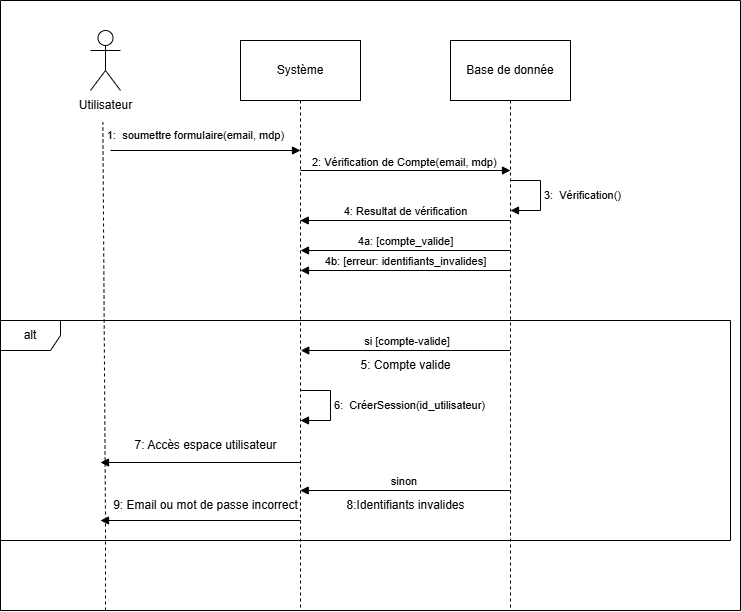
The draw.io diagram seq.drawio.png in Rahma3-sys/Searchgi, before a commit. Source tidied: cells renumbered, new cells last; positions are measured from the earlier drawing's top-left corner, leaving out a move shared by most shapes.
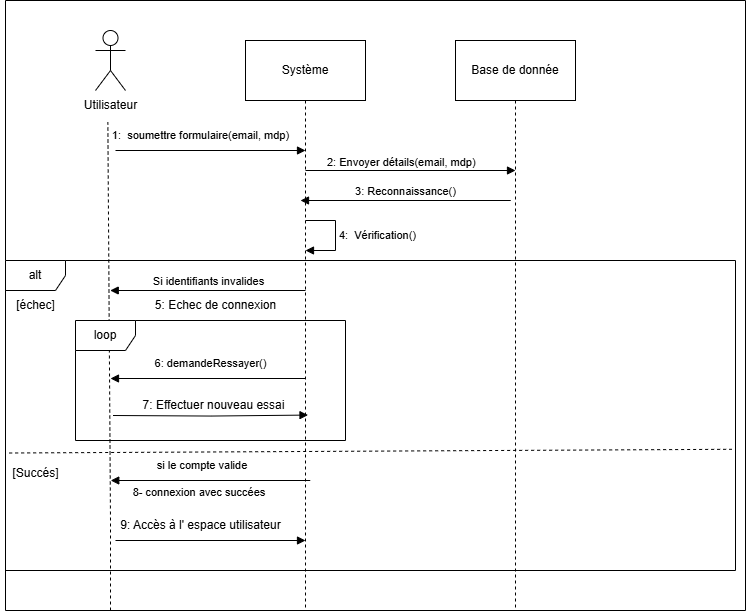
Later version of the same file.

Commit message:
Mettre à jour seq.drawio.png

Change to the diagram source:
```diff
@@ -25,29 +25,11 @@
         <mxPoint x="510" y="170" as="targetPoint" />
       </mxGeometry>
     </mxCell>
-    <mxCell id="7" value="2: Vérification de Compte(email, mdp)" style="edgeLabel;html=1;align=left;verticalAlign=bottom;" parent="6" vertex="1">
+    <mxCell id="7" value="2: Envoyer détails(email, mdp)" style="edgeLabel;html=1;align=left;verticalAlign=bottom;" parent="6" vertex="1">
       <mxGeometry x="-1" relative="1" as="geometry">
-        <mxPoint x="10" as="offset" />
+        <mxPoint x="20" as="offset" />
       </mxGeometry>
     </mxCell>
-    <mxCell id="8" value="4: Resultat de vérification" style="html=1;verticalAlign=bottom;endArrow=block;curved=0;rounded=0;" parent="2" edge="1">
-      <mxGeometry relative="1" as="geometry">
-        <mxPoint x="510" y="220" as="sourcePoint" />
-        <mxPoint x="299.8" y="220" as="targetPoint" />
-      </mxGeometry>
-    </mxCell>
-    <mxCell id="9" value="4b: [erreur: identifiants_invalides]" style="html=1;verticalAlign=bottom;endArrow=block;curved=0;rounded=0;" parent="2" edge="1">
-      <mxGeometry relative="1" as="geometry">
-        <mxPoint x="510" y="270" as="sourcePoint" />
-        <mxPoint x="300" y="270" as="targetPoint" />
-      </mxGeometry>
-    </mxCell>
-    <mxCell id="10" value="4a: [compte_valide]" style="html=1;verticalAlign=bottom;endArrow=block;curved=0;rounded=0;" parent="2" edge="1">
-      <mxGeometry relative="1" as="geometry">
-        <mxPoint x="510" y="250" as="sourcePoint" />
-        <mxPoint x="300" y="250" as="targetPoint" />
-      </mxGeometry>
-    </mxCell>
     <mxCell id="11" value="Base de donnée" style="shape=umlLifeline;perimeter=lifelinePerimeter;whiteSpace=wrap;html=1;newEdgeStyle={&quot;curved&quot;:0,&quot;rounded&quot;:0};size=60;" parent="2" vertex="1">
       <mxGeometry x="450" y="40" width="120" height="570" as="geometry" />
     </mxCell>
@@ -55,60 +37,36 @@
       <mxGeometry x="240" y="40" width="120" height="570" as="geometry" />
     </mxCell>
     <mxCell id="13" value="alt" style="shape=umlFrame;whiteSpace=wrap;html=1;" parent="2" vertex="1">
-      <mxGeometry y="320" width="730" height="220" as="geometry" />
+      <mxGeometry y="260" width="730" height="310" as="geometry" />
     </mxCell>
-    <mxCell id="14" value="&amp;nbsp;si [compte-valide]" style="html=1;verticalAlign=bottom;endArrow=block;curved=0;rounded=0;" parent="2" edge="1">
-      <mxGeometry relative="1" as="geometry">
-        <mxPoint x="509.7" y="350" as="sourcePoint" />
-        <mxPoint x="300.2" y="350" as="targetPoint" />
+    <mxCell id="14" value="8- connexion avec succées&amp;nbsp;" style="html=1;verticalAlign=bottom;endArrow=block;curved=0;rounded=0;" parent="2" edge="1">
+      <mxGeometry x="0.1" y="21" relative="1" as="geometry">
+        <mxPoint x="304.8" y="480" as="sourcePoint" />
+        <mxPoint x="105.2" y="480" as="targetPoint" />
       </mxGeometry>
     </mxCell>
-    <mxCell id="15" value="6:&amp;nbsp;&amp;nbsp;CréerSession(id_utilisateur)" style="html=1;align=left;spacingLeft=2;endArrow=block;rounded=0;edgeStyle=orthogonalEdgeStyle;curved=0;rounded=0;" parent="2" edge="1">
-      <mxGeometry relative="1" as="geometry">
-        <mxPoint x="300" y="390" as="sourcePoint" />
-        <mxPoint x="300" y="420" as="targetPoint" />
-        <Array as="points">
-          <mxPoint x="330" y="420" />
-        </Array>
-      </mxGeometry>
-    </mxCell>
-    <mxCell id="16" value="sinon&amp;nbsp;" style="html=1;verticalAlign=bottom;endArrow=block;curved=0;rounded=0;" parent="2" edge="1">
+    <mxCell id="16" value="Si identifiants invalides" style="html=1;verticalAlign=bottom;endArrow=block;curved=0;rounded=0;" parent="2" edge="1">
       <mxGeometry relative="1" as="geometry">
-        <mxPoint x="510.3" y="490" as="sourcePoint" />
-        <mxPoint x="299.7" y="490" as="targetPoint" />
+        <mxPoint x="300" y="290" as="sourcePoint" />
+        <mxPoint x="104.7" y="290" as="targetPoint" />
       </mxGeometry>
     </mxCell>
-    <mxCell id="17" value="3:&amp;nbsp;&amp;nbsp;Vérification()" style="html=1;align=left;spacingLeft=2;endArrow=block;rounded=0;edgeStyle=orthogonalEdgeStyle;curved=0;rounded=0;" parent="2" edge="1">
+    <mxCell id="17" value="4:&amp;nbsp;&amp;nbsp;Vérification()" style="html=1;align=left;spacingLeft=2;endArrow=block;rounded=0;edgeStyle=orthogonalEdgeStyle;curved=0;rounded=0;" parent="2" edge="1">
       <mxGeometry relative="1" as="geometry">
-        <mxPoint x="510" y="180" as="sourcePoint" />
-        <mxPoint x="510" y="210" as="targetPoint" />
+        <mxPoint x="300" y="220" as="sourcePoint" />
+        <mxPoint x="300" y="250" as="targetPoint" />
         <Array as="points">
-          <mxPoint x="540" y="210" />
+          <mxPoint x="330" y="250" />
         </Array>
       </mxGeometry>
     </mxCell>
-    <mxCell id="18" value="5: Compte valide" style="text;html=1;align=center;verticalAlign=middle;strokeColor=none;fillColor=none;" parent="2" vertex="1">
-      <mxGeometry x="350" y="350" width="110" height="30" as="geometry" />
-    </mxCell>
-    <mxCell id="19" value="9: Email ou mot de passe incorrect" style="text;html=1;align=center;verticalAlign=middle;strokeColor=none;fillColor=none;" parent="2" vertex="1">
-      <mxGeometry x="100" y="490" width="210" height="30" as="geometry" />
-    </mxCell>
-    <mxCell id="20" style="html=1;verticalAlign=bottom;endArrow=block;curved=0;rounded=0;" parent="2" edge="1" source="12">
-      <mxGeometry relative="1" as="geometry">
-        <mxPoint x="100" y="462" as="targetPoint" />
-      </mxGeometry>
-    </mxCell>
-    <mxCell id="21" value="7: Accès espace utilisateur" style="text;html=1;align=center;verticalAlign=middle;strokeColor=none;fillColor=none;" parent="2" vertex="1">
-      <mxGeometry x="120" y="430" width="170" height="30" as="geometry" />
-    </mxCell>
-    <mxCell id="22" style="html=1;verticalAlign=bottom;endArrow=block;curved=0;rounded=0;" parent="2" edge="1">
+    <mxCell id="22" style="html=1;verticalAlign=bottom;endArrow=block;curved=0;rounded=0;" parent="2" edge="1" source="12">
       <mxGeometry relative="1" as="geometry">
-        <mxPoint x="300" y="520" as="sourcePoint" />
-        <mxPoint x="100" y="520" as="targetPoint" />
+        <mxPoint x="105" y="378" as="targetPoint" />
       </mxGeometry>
     </mxCell>
-    <mxCell id="23" value="8:Identifiants invalides" style="text;html=1;align=center;verticalAlign=middle;strokeColor=none;fillColor=none;" parent="2" vertex="1">
-      <mxGeometry x="335" y="490" width="140" height="30" as="geometry" />
+    <mxCell id="23" value="5: Echec de connexion" style="text;html=1;align=center;verticalAlign=middle;strokeColor=none;fillColor=none;" parent="2" vertex="1">
+      <mxGeometry x="140" y="290" width="140" height="30" as="geometry" />
     </mxCell>
     <mxCell id="24" style="endArrow=block;endFill=1;html=1;edgeStyle=orthogonalEdgeStyle;align=left;verticalAlign=top;rounded=0;entryX=0.5;entryY=0.183;entryDx=0;entryDy=0;entryPerimeter=0;" parent="2" edge="1">
       <mxGeometry x="-1" relative="1" as="geometry">
@@ -119,5 +77,47 @@
     <mxCell id="25" value="&lt;span style=&quot;font-size: 11px; text-align: left; background-color: rgb(255, 255, 255);&quot;&gt;1:&amp;nbsp;&amp;nbsp;soumettre formulaire(email, mdp)&lt;/span&gt;" style="text;html=1;align=center;verticalAlign=middle;strokeColor=none;fillColor=none;" parent="2" vertex="1">
       <mxGeometry x="95" y="120" width="200" height="30" as="geometry" />
     </mxCell>
+    <mxCell id="26" value="loop" style="shape=umlFrame;whiteSpace=wrap;html=1;" parent="2" vertex="1">
+      <mxGeometry x="70" y="320" width="270" height="120" as="geometry" />
+    </mxCell>
+    <mxCell id="27" value="3: Reconnaissance()" style="html=1;verticalAlign=bottom;endArrow=block;curved=0;rounded=0;" parent="2" edge="1">
+      <mxGeometry relative="1" as="geometry">
+        <mxPoint x="505.2" y="200" as="sourcePoint" />
+        <mxPoint x="295" y="200" as="targetPoint" />
+      </mxGeometry>
+    </mxCell>
+    <mxCell id="28" style="endArrow=block;endFill=1;html=1;edgeStyle=orthogonalEdgeStyle;align=left;verticalAlign=top;rounded=0;" parent="2" edge="1">
+      <mxGeometry x="-1" relative="1" as="geometry">
+        <mxPoint x="107.5" y="415" as="sourcePoint" />
+        <mxPoint x="302.5" y="414.6" as="targetPoint" />
+      </mxGeometry>
+    </mxCell>
+    <mxCell id="29" value="&lt;span style=&quot;font-size: 11px; text-align: left; background-color: rgb(255, 255, 255);&quot;&gt;6: demandeRessayer()&lt;/span&gt;" style="text;html=1;align=center;verticalAlign=middle;strokeColor=none;fillColor=none;" parent="2" vertex="1">
+      <mxGeometry x="135" y="348" width="140" height="30" as="geometry" />
+    </mxCell>
+    <mxCell id="30" value="7: Effectuer nouveau essai" style="text;html=1;align=center;verticalAlign=middle;strokeColor=none;fillColor=none;" parent="2" vertex="1">
+      <mxGeometry x="122.5" y="390" width="170" height="30" as="geometry" />
+    </mxCell>
+    <mxCell id="31" value="&lt;span style=&quot;font-size: 11px; background-color: rgb(255, 255, 255);&quot;&gt;&amp;nbsp;si le compte valide&lt;/span&gt;" style="text;html=1;align=center;verticalAlign=middle;strokeColor=none;fillColor=none;" parent="2" vertex="1">
+      <mxGeometry x="135" y="450" width="120" height="30" as="geometry" />
+    </mxCell>
+    <mxCell id="21" value="9: Accès à l' espace utilisateur" style="text;html=1;align=center;verticalAlign=middle;strokeColor=none;fillColor=none;" parent="2" vertex="1">
+      <mxGeometry x="105" y="510" width="180" height="30" as="geometry" />
+    </mxCell>
+    <mxCell id="32" style="endArrow=block;endFill=1;html=1;edgeStyle=orthogonalEdgeStyle;align=left;verticalAlign=top;rounded=0;" parent="2" edge="1">
+      <mxGeometry x="-1" relative="1" as="geometry">
+        <mxPoint x="110" y="540" as="sourcePoint" />
+        <mxPoint x="300" y="540" as="targetPoint" />
+      </mxGeometry>
+    </mxCell>
+    <mxCell id="33" style="endArrow=none;dashed=1;html=1;rounded=0;exitX=0.005;exitY=0.621;exitDx=0;exitDy=0;exitPerimeter=0;entryX=0.995;entryY=0.609;entryDx=0;entryDy=0;entryPerimeter=0;" parent="2" edge="1" source="13" target="13">
+      <mxGeometry relative="1" as="geometry" />
+    </mxCell>
+    <mxCell id="34" value="[échec]" style="text;html=1;align=center;verticalAlign=middle;strokeColor=none;fillColor=none;" parent="2" vertex="1">
+      <mxGeometry y="290" width="60" height="30" as="geometry" />
+    </mxCell>
+    <mxCell id="35" value="[Succés]" style="text;html=1;align=center;verticalAlign=middle;strokeColor=none;fillColor=none;" parent="2" vertex="1">
+      <mxGeometry x="-5" y="458" width="70" height="30" as="geometry" />
+    </mxCell>
   </root>
 </mxGraphModel>
```
